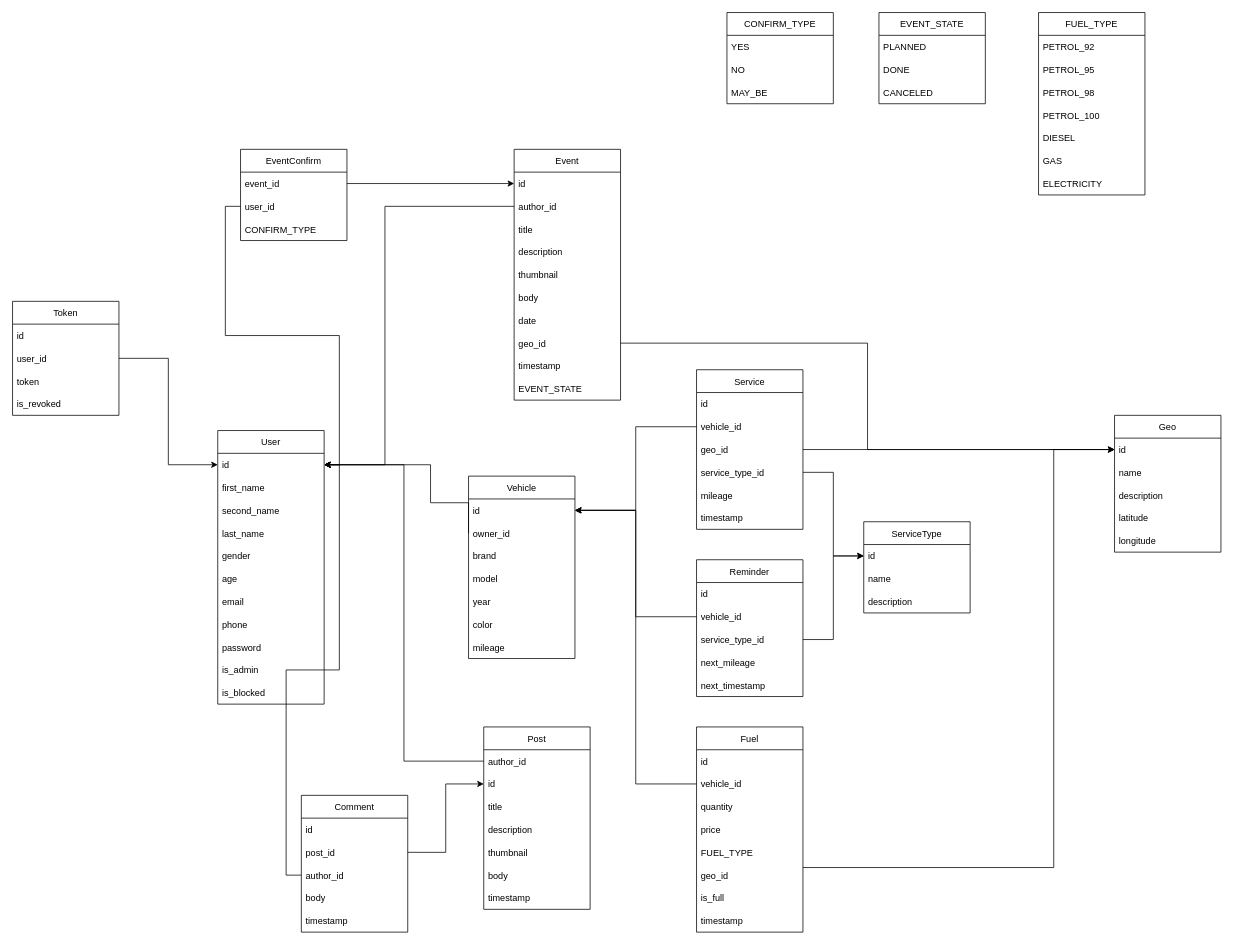
This is page "Page-1" (1 of 2) of schema.drawio from jadjer/mores, a draw.io file, before an edit. Source tidied: cells renumbered, new cells numbered last; positions are measured from the earlier drawing's top-left corner, leaving out a move shared by most shapes. Both pictures are drawn from the tidied source at 76%, with x=0, y=0 at pixel (12, 12).
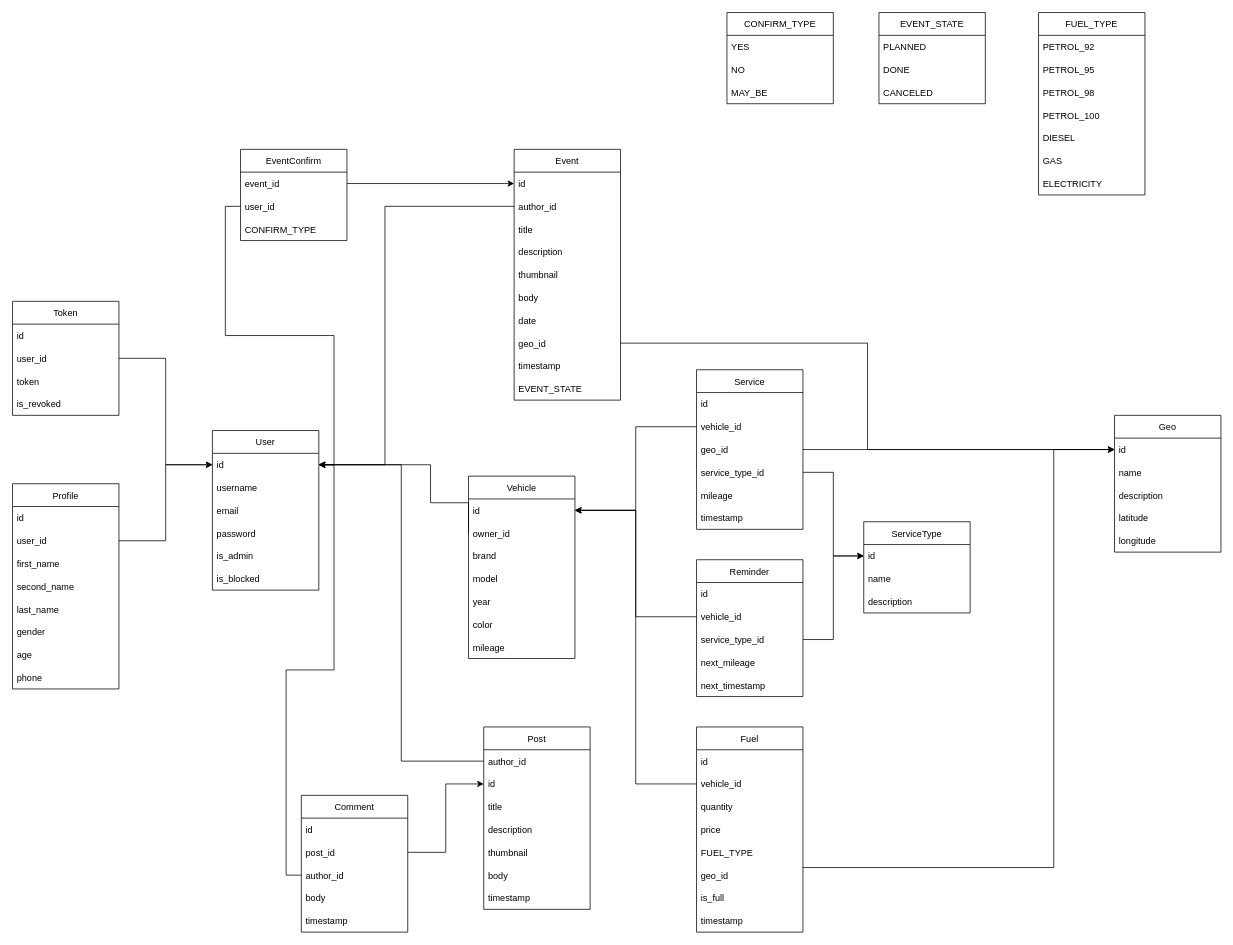
After the change.

Unchanged cells that the change refers to:
```xml
<mxCell id="3" value="id" style="text;strokeColor=none;fillColor=none;align=left;verticalAlign=middle;spacingLeft=4;spacingRight=4;overflow=hidden;points=[[0,0.5],[1,0.5]];portConstraint=eastwest;" parent="2" vertex="1">
  <mxGeometry y="30" width="140" height="30" as="geometry" />
</mxCell>
<mxCell id="52" value="author_id" style="text;strokeColor=none;fillColor=none;align=left;verticalAlign=middle;spacingLeft=4;spacingRight=4;overflow=hidden;points=[[0,0.5],[1,0.5]];portConstraint=eastwest;" parent="50" vertex="1">
  <mxGeometry y="60" width="140" height="30" as="geometry" />
</mxCell>
```

Change to the diagram source:
```diff
@@
     <mxCell id="2" value="User" style="swimlane;fontStyle=0;horizontal=1;startSize=30;" parent="1" vertex="1">
-      <mxGeometry x="270" y="550" width="140" height="360" as="geometry" />
+      <mxGeometry x="263" y="550" width="140" height="210" as="geometry" />
     </mxCell>
@@
-    <mxCell id="4" value="first_name" style="text;strokeColor=none;fillColor=none;align=left;verticalAlign=middle;spacingLeft=4;spacingRight=4;overflow=hidden;" parent="2" vertex="1">
-      <mxGeometry y="60" width="140" height="30" as="geometry" />
-    </mxCell>
-    <mxCell id="5" value="second_name" style="text;strokeColor=none;fillColor=none;align=left;verticalAlign=middle;spacingLeft=4;spacingRight=4;overflow=hidden;" parent="2" vertex="1">
-      <mxGeometry y="90" width="140" height="30" as="geometry" />
-    </mxCell>
-    <mxCell id="6" value="last_name" style="text;strokeColor=none;fillColor=none;align=left;verticalAlign=middle;spacingLeft=4;spacingRight=4;overflow=hidden;" parent="2" vertex="1">
-      <mxGeometry y="120" width="140" height="30" as="geometry" />
-    </mxCell>
-    <mxCell id="7" value="gender" style="text;strokeColor=none;fillColor=none;align=left;verticalAlign=middle;spacingLeft=4;spacingRight=4;overflow=hidden;" parent="2" vertex="1">
-      <mxGeometry y="150" width="140" height="30" as="geometry" />
-    </mxCell>
-    <mxCell id="8" value="age" style="text;strokeColor=none;fillColor=none;align=left;verticalAlign=middle;spacingLeft=4;spacingRight=4;overflow=hidden;" parent="2" vertex="1">
-      <mxGeometry y="180" width="140" height="30" as="geometry" />
-    </mxCell>
+    <mxCell id="120" value="username" style="text;strokeColor=none;fillColor=none;align=left;verticalAlign=middle;spacingLeft=4;spacingRight=4;overflow=hidden;" parent="2" vertex="1">
+      <mxGeometry y="60" width="140" height="30" as="geometry" />
+    </mxCell>
     <mxCell id="9" value="email" style="text;strokeColor=none;fillColor=none;align=left;verticalAlign=middle;spacingLeft=4;spacingRight=4;overflow=hidden;" parent="2" vertex="1">
-      <mxGeometry y="210" width="140" height="30" as="geometry" />
+      <mxGeometry y="90" width="140" height="30" as="geometry" />
     </mxCell>
-    <mxCell id="10" value="phone" style="text;strokeColor=none;fillColor=none;align=left;verticalAlign=middle;spacingLeft=4;spacingRight=4;overflow=hidden;" parent="2" vertex="1">
-      <mxGeometry y="240" width="140" height="30" as="geometry" />
-    </mxCell>
     <mxCell id="11" value="password" style="text;strokeColor=none;fillColor=none;align=left;verticalAlign=middle;spacingLeft=4;spacingRight=4;overflow=hidden;" parent="2" vertex="1">
-      <mxGeometry y="270" width="140" height="30" as="geometry" />
+      <mxGeometry y="120" width="140" height="30" as="geometry" />
     </mxCell>
     <mxCell id="12" value="is_admin" style="text;strokeColor=none;fillColor=none;align=left;verticalAlign=middle;spacingLeft=4;spacingRight=4;overflow=hidden;" parent="2" vertex="1">
-      <mxGeometry y="300" width="140" height="30" as="geometry" />
+      <mxGeometry y="150" width="140" height="30" as="geometry" />
     </mxCell>
     <mxCell id="13" value="is_blocked" style="text;strokeColor=none;fillColor=none;align=left;verticalAlign=middle;spacingLeft=4;spacingRight=4;overflow=hidden;" parent="2" vertex="1">
-      <mxGeometry y="330" width="140" height="30" as="geometry" />
+      <mxGeometry y="180" width="140" height="30" as="geometry" />
     </mxCell>
@@
     <mxCell id="79" style="edgeStyle=orthogonalEdgeStyle;rounded=0;jettySize=auto;html=1;exitX=0;exitY=0.5;exitDx=0;exitDy=0;" parent="1" edge="1" source="52" target="3">
       <mxGeometry relative="1" as="geometry">
         <Array as="points">
           <mxPoint x="490" y="255" />
           <mxPoint x="490" y="595" />
+          <mxPoint x="303" y="595" />
         </Array>
       </mxGeometry>
     </mxCell>
@@
+    <mxCell id="121" value="Profile" style="swimlane;fontStyle=0;horizontal=1;startSize=30;" parent="1" vertex="1">
+      <mxGeometry y="620" width="140" height="270" as="geometry" />
+    </mxCell>
+    <mxCell id="122" value="id" style="text;strokeColor=none;fillColor=none;align=left;verticalAlign=middle;spacingLeft=4;spacingRight=4;overflow=hidden;" parent="121" vertex="1">
+      <mxGeometry y="30" width="140" height="30" as="geometry" />
+    </mxCell>
+    <mxCell id="123" value="user_id" style="text;strokeColor=none;fillColor=none;align=left;verticalAlign=middle;spacingLeft=4;spacingRight=4;overflow=hidden;points=[[0,0.5],[1,0.5]];portConstraint=eastwest;" parent="121" vertex="1">
+      <mxGeometry y="60" width="140" height="30" as="geometry" />
+    </mxCell>
+    <mxCell id="4" value="first_name" style="text;strokeColor=none;fillColor=none;align=left;verticalAlign=middle;spacingLeft=4;spacingRight=4;overflow=hidden;" parent="121" vertex="1">
+      <mxGeometry y="90" width="140" height="30" as="geometry" />
+    </mxCell>
+    <mxCell id="5" value="second_name" style="text;strokeColor=none;fillColor=none;align=left;verticalAlign=middle;spacingLeft=4;spacingRight=4;overflow=hidden;" parent="121" vertex="1">
+      <mxGeometry y="120" width="140" height="30" as="geometry" />
+    </mxCell>
+    <mxCell id="6" value="last_name" style="text;strokeColor=none;fillColor=none;align=left;verticalAlign=middle;spacingLeft=4;spacingRight=4;overflow=hidden;" parent="121" vertex="1">
+      <mxGeometry y="150" width="140" height="30" as="geometry" />
+    </mxCell>
+    <mxCell id="7" value="gender" style="text;strokeColor=none;fillColor=none;align=left;verticalAlign=middle;spacingLeft=4;spacingRight=4;overflow=hidden;" parent="121" vertex="1">
+      <mxGeometry y="180" width="140" height="30" as="geometry" />
+    </mxCell>
+    <mxCell id="8" value="age" style="text;strokeColor=none;fillColor=none;align=left;verticalAlign=middle;spacingLeft=4;spacingRight=4;overflow=hidden;" parent="121" vertex="1">
+      <mxGeometry y="210" width="140" height="30" as="geometry" />
+    </mxCell>
+    <mxCell id="10" value="phone" style="text;strokeColor=none;fillColor=none;align=left;verticalAlign=middle;spacingLeft=4;spacingRight=4;overflow=hidden;" parent="121" vertex="1">
+      <mxGeometry y="240" width="140" height="30" as="geometry" />
+    </mxCell>
+    <mxCell id="124" style="edgeStyle=orthogonalEdgeStyle;rounded=0;jettySize=auto;html=1;exitX=1;exitY=0.5;exitDx=0;exitDy=0;entryX=0;entryY=0.5;entryDx=0;entryDy=0;" parent="1" edge="1" source="123" target="3">
+      <mxGeometry relative="1" as="geometry" />
+    </mxCell>
```
